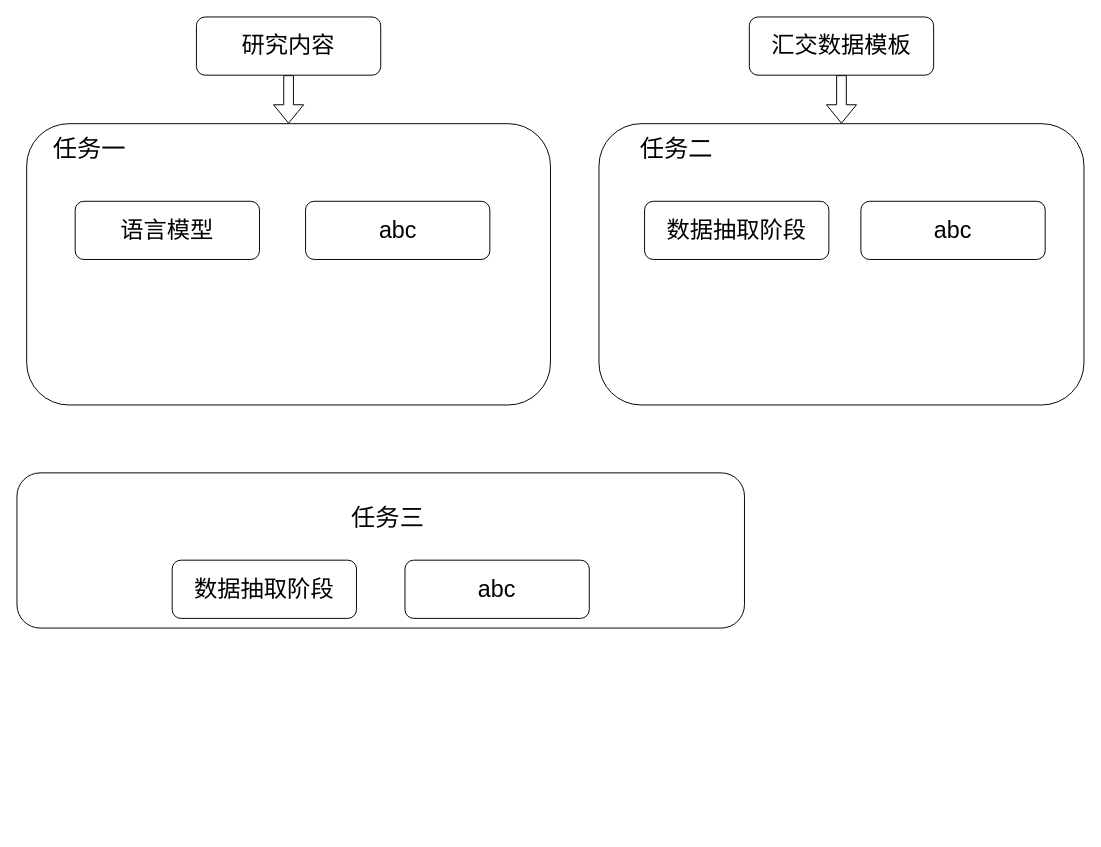
Before: data_huijiao.drawio in lengyueit/paper_pic, a draw.io diagram. Source tidied: cells renumbered, new cells numbered last; positions are measured from the earlier drawing's top-left corner, leaving out a move shared by most shapes. Both pictures are drawn from the tidied source at 97%, with x=0, y=0 at pixel (16, 16).
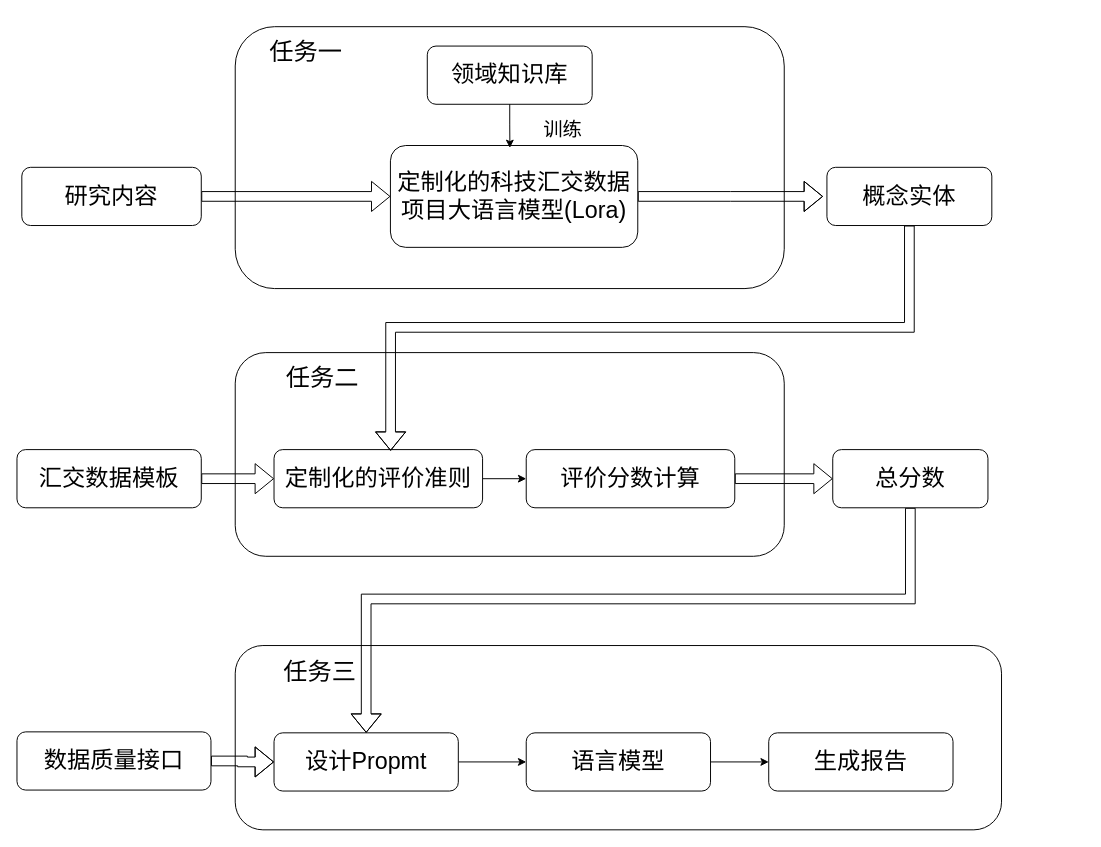
After the change.

Diff of the diagram source:
```diff
@@
     <mxCell id="2" style="rounded=1;whiteSpace=wrap;html=1;" parent="1" vertex="1">
-      <mxGeometry x="10" y="110" width="540" height="290" as="geometry" />
+      <mxGeometry x="225" y="10" width="566" height="270" as="geometry" />
     </mxCell>
+    <mxCell id="18" style="edgeStyle=orthogonalEdgeStyle;rounded=0;jettySize=auto;html=1;exitX=1;exitY=0.5;exitDx=0;exitDy=0;shape=flexArrow;" parent="1" edge="1" source="3">
+      <mxGeometry relative="1" as="geometry">
+        <mxPoint x="831" y="185" as="targetPoint" />
+      </mxGeometry>
+    </mxCell>
-    <mxCell id="3" value="&lt;p style=&quot;margin: 0pt 0pt 0.0001pt; text-align: justify;&quot; class=&quot;MsoNormal&quot;&gt;&lt;font face=&quot;等线&quot; style=&quot;font-size: 24px;&quot;&gt;语言模型&lt;/font&gt;&lt;/p&gt;" style="rounded=1;whiteSpace=wrap;html=1;" parent="1" vertex="1">
-      <mxGeometry x="60" y="190" width="190" height="60" as="geometry" />
+    <mxCell id="3" value="&lt;p style=&quot;margin: 0pt 0pt 0.0001pt;&quot; class=&quot;MsoNormal&quot;&gt;&lt;font face=&quot;等线&quot; style=&quot;font-size: 24px;&quot;&gt;定制化的科技汇交数据项目大&lt;/font&gt;&lt;span style=&quot;font-size: 24px; font-family: 等线; text-align: justify; background-color: initial;&quot;&gt;语言模型(Lora)&lt;/span&gt;&lt;/p&gt;" style="rounded=1;whiteSpace=wrap;html=1;" parent="1" vertex="1">
+      <mxGeometry x="385" y="132.5" width="255" height="105" as="geometry" />
     </mxCell>
     <mxCell id="4" value="&lt;p style=&quot;margin: 0pt 0pt 0.0001pt; text-align: justify; font-size: 25px;&quot; class=&quot;MsoNormal&quot;&gt;&lt;font face=&quot;等线&quot;&gt;任务一&lt;/font&gt;&lt;/p&gt;" style="text;html=1;align=center;verticalAlign=middle;whiteSpace=wrap;rounded=0;" parent="1" vertex="1">
-      <mxGeometry x="30" y="120" width="90" height="30" as="geometry" />
+      <mxGeometry x="252.5" y="20" width="90" height="30" as="geometry" />
     </mxCell>
-    <mxCell id="5" value="&lt;p style=&quot;margin: 0pt 0pt 0.0001pt; text-align: justify;&quot; class=&quot;MsoNormal&quot;&gt;&lt;span style=&quot;font-size: 24px;&quot;&gt;&lt;font face=&quot;Arial&quot;&gt;abc&lt;/font&gt;&lt;/span&gt;&lt;/p&gt;" style="rounded=1;whiteSpace=wrap;html=1;" parent="1" vertex="1">
-      <mxGeometry x="297.5" y="190" width="190" height="60" as="geometry" />
-    </mxCell>
     <mxCell id="6" style="rounded=1;whiteSpace=wrap;html=1;" parent="1" vertex="1">
-      <mxGeometry x="600" y="110" width="500" height="290" as="geometry" />
+      <mxGeometry x="225" y="346" width="566" height="210" as="geometry" />
     </mxCell>
+    <mxCell id="19" style="edgeStyle=orthogonalEdgeStyle;rounded=0;jettySize=auto;html=1;exitX=1;exitY=0.5;exitDx=0;exitDy=0;entryX=0;entryY=0.5;entryDx=0;entryDy=0;" parent="1" edge="1" source="7" target="26">
+      <mxGeometry relative="1" as="geometry" />
+    </mxCell>
-    <mxCell id="7" value="&lt;p style=&quot;margin: 0pt 0pt 0.0001pt; text-align: justify;&quot; class=&quot;MsoNormal&quot;&gt;&lt;font face=&quot;等线&quot; style=&quot;font-size: 24px;&quot;&gt;数据抽取阶段&lt;/font&gt;&lt;/p&gt;" style="rounded=1;whiteSpace=wrap;html=1;" parent="1" vertex="1">
-      <mxGeometry x="647" y="190" width="190" height="60" as="geometry" />
+    <mxCell id="7" value="&lt;p style=&quot;margin: 0pt 0pt 0.0001pt; text-align: justify;&quot; class=&quot;MsoNormal&quot;&gt;&lt;font face=&quot;等线&quot; style=&quot;font-size: 24px;&quot;&gt;定制化的评价准则&lt;/font&gt;&lt;/p&gt;" style="rounded=1;whiteSpace=wrap;html=1;" parent="1" vertex="1">
+      <mxGeometry x="265" y="446" width="215" height="60" as="geometry" />
     </mxCell>
     <mxCell id="8" value="&lt;p style=&quot;margin: 0pt 0pt 0.0001pt; text-align: justify; font-size: 25px;&quot; class=&quot;MsoNormal&quot;&gt;&lt;font face=&quot;等线&quot;&gt;任务二&lt;/font&gt;&lt;/p&gt;" style="text;html=1;align=center;verticalAlign=middle;whiteSpace=wrap;rounded=0;" parent="1" vertex="1">
-      <mxGeometry x="620" y="120" width="120" height="30" as="geometry" />
+      <mxGeometry x="255" y="356" width="120" height="30" as="geometry" />
     </mxCell>
-    <mxCell id="9" value="&lt;p style=&quot;margin: 0pt 0pt 0.0001pt; text-align: justify;&quot; class=&quot;MsoNormal&quot;&gt;&lt;span style=&quot;font-size: 24px;&quot;&gt;&lt;font face=&quot;Arial&quot;&gt;abc&lt;/font&gt;&lt;/span&gt;&lt;/p&gt;" style="rounded=1;whiteSpace=wrap;html=1;" parent="1" vertex="1">
-      <mxGeometry x="870" y="190" width="190" height="60" as="geometry" />
-    </mxCell>
     <mxCell id="10" style="rounded=1;whiteSpace=wrap;html=1;" parent="1" vertex="1">
-      <mxGeometry y="470" width="750" height="160" as="geometry" />
+      <mxGeometry x="225" y="648" width="790" height="190" as="geometry" />
     </mxCell>
+    <mxCell id="20" style="edgeStyle=orthogonalEdgeStyle;rounded=0;jettySize=auto;html=1;exitX=1;exitY=0.5;exitDx=0;exitDy=0;entryX=0;entryY=0.5;entryDx=0;entryDy=0;" parent="1" edge="1" source="11" target="13">
+      <mxGeometry relative="1" as="geometry" />
+    </mxCell>
-    <mxCell id="11" value="&lt;p style=&quot;margin: 0pt 0pt 0.0001pt; text-align: justify;&quot; class=&quot;MsoNormal&quot;&gt;&lt;font face=&quot;等线&quot; style=&quot;font-size: 24px;&quot;&gt;数据抽取阶段&lt;/font&gt;&lt;/p&gt;" style="rounded=1;whiteSpace=wrap;html=1;" parent="1" vertex="1">
-      <mxGeometry x="160" y="560" width="190" height="60" as="geometry" />
+    <mxCell id="11" value="&lt;p style=&quot;margin: 0pt 0pt 0.0001pt; text-align: justify;&quot; class=&quot;MsoNormal&quot;&gt;&lt;font face=&quot;等线&quot; style=&quot;font-size: 24px;&quot;&gt;设计Propmt&lt;/font&gt;&lt;/p&gt;" style="rounded=1;whiteSpace=wrap;html=1;" parent="1" vertex="1">
+      <mxGeometry x="265" y="738" width="190" height="60" as="geometry" />
     </mxCell>
     <mxCell id="12" value="&lt;p style=&quot;margin: 0pt 0pt 0.0001pt; text-align: justify; font-size: 25px;&quot; class=&quot;MsoNormal&quot;&gt;&lt;font face=&quot;等线&quot;&gt;任务三&lt;/font&gt;&lt;/p&gt;" style="text;html=1;align=center;verticalAlign=middle;whiteSpace=wrap;rounded=0;" parent="1" vertex="1">
-      <mxGeometry x="100" y="500" width="565" height="30" as="geometry" />
+      <mxGeometry x="240" y="659" width="145" height="30" as="geometry" />
     </mxCell>
+    <mxCell id="21" style="edgeStyle=orthogonalEdgeStyle;rounded=0;jettySize=auto;html=1;exitX=1;exitY=0.5;exitDx=0;exitDy=0;entryX=0;entryY=0.5;entryDx=0;entryDy=0;" parent="1" edge="1" source="13" target="31">
+      <mxGeometry relative="1" as="geometry" />
+    </mxCell>
-    <mxCell id="13" value="&lt;p style=&quot;margin: 0pt 0pt 0.0001pt; text-align: justify;&quot; class=&quot;MsoNormal&quot;&gt;&lt;span style=&quot;font-size: 24px;&quot;&gt;&lt;font face=&quot;Arial&quot;&gt;abc&lt;/font&gt;&lt;/span&gt;&lt;/p&gt;" style="rounded=1;whiteSpace=wrap;html=1;" parent="1" vertex="1">
-      <mxGeometry x="400" y="560" width="190" height="60" as="geometry" />
+    <mxCell id="13" value="&lt;p style=&quot;margin: 0pt 0pt 0.0001pt; text-align: justify;&quot; class=&quot;MsoNormal&quot;&gt;&lt;span style=&quot;font-size: 24px;&quot;&gt;&lt;font face=&quot;Arial&quot;&gt;语言模型&lt;/font&gt;&lt;/span&gt;&lt;/p&gt;" style="rounded=1;whiteSpace=wrap;html=1;" parent="1" vertex="1">
+      <mxGeometry x="525" y="738" width="190" height="60" as="geometry" />
     </mxCell>
-    <mxCell id="14" style="edgeStyle=orthogonalEdgeStyle;rounded=0;jettySize=auto;html=1;exitX=0.5;exitY=1;exitDx=0;exitDy=0;entryX=0.5;entryY=0;entryDx=0;entryDy=0;shape=flexArrow;" parent="1" edge="1" source="15" target="2">
-      <mxGeometry relative="1" as="geometry" />
-    </mxCell>
+    <mxCell id="22" style="edgeStyle=orthogonalEdgeStyle;rounded=0;jettySize=auto;html=1;exitX=1;exitY=0.5;exitDx=0;exitDy=0;entryX=0;entryY=0.5;entryDx=0;entryDy=0;shape=flexArrow;" parent="1" edge="1" source="15" target="3">
+      <mxGeometry relative="1" as="geometry" />
+    </mxCell>
     <mxCell id="15" value="&lt;font style=&quot;font-size: 24px;&quot; face=&quot;等线&quot;&gt;研究内容&lt;/font&gt;" style="rounded=1;whiteSpace=wrap;html=1;" parent="1" vertex="1">
-      <mxGeometry x="185" width="190" height="60" as="geometry" />
+      <mxGeometry x="5" y="155" width="185" height="60" as="geometry" />
     </mxCell>
-    <mxCell id="16" style="edgeStyle=orthogonalEdgeStyle;rounded=0;jettySize=auto;html=1;exitX=0.5;exitY=1;exitDx=0;exitDy=0;entryX=0.5;entryY=0;entryDx=0;entryDy=0;shape=flexArrow;" parent="1" edge="1" source="17" target="6">
-      <mxGeometry relative="1" as="geometry" />
-    </mxCell>
+    <mxCell id="23" style="edgeStyle=orthogonalEdgeStyle;rounded=0;jettySize=auto;html=1;exitX=1;exitY=0.5;exitDx=0;exitDy=0;entryX=0;entryY=0.5;entryDx=0;entryDy=0;shape=flexArrow;" parent="1" edge="1" source="17" target="7">
+      <mxGeometry relative="1" as="geometry" />
+    </mxCell>
     <mxCell id="17" value="&lt;font style=&quot;font-size: 24px;&quot; face=&quot;等线&quot;&gt;汇交数据模板&lt;/font&gt;" style="rounded=1;whiteSpace=wrap;html=1;" parent="1" vertex="1">
-      <mxGeometry x="755" width="190" height="60" as="geometry" />
+      <mxGeometry y="446" width="190" height="60" as="geometry" />
     </mxCell>
+    <mxCell id="24" value="&lt;p style=&quot;margin: 0pt 0pt 0.0001pt; text-align: justify;&quot; class=&quot;MsoNormal&quot;&gt;&lt;font face=&quot;等线&quot; style=&quot;font-size: 24px;&quot;&gt;概念实体&lt;/font&gt;&lt;/p&gt;" style="rounded=1;whiteSpace=wrap;html=1;" parent="1" vertex="1">
+      <mxGeometry x="835" y="155" width="170" height="60" as="geometry" />
+    </mxCell>
+    <mxCell id="25" style="edgeStyle=orthogonalEdgeStyle;rounded=0;jettySize=auto;html=1;exitX=1;exitY=0.5;exitDx=0;exitDy=0;entryX=0;entryY=0.5;entryDx=0;entryDy=0;shape=flexArrow;" parent="1" edge="1" source="26" target="28">
+      <mxGeometry relative="1" as="geometry" />
+    </mxCell>
+    <mxCell id="26" value="&lt;p style=&quot;margin: 0pt 0pt 0.0001pt; text-align: justify;&quot; class=&quot;MsoNormal&quot;&gt;&lt;font face=&quot;等线&quot; style=&quot;font-size: 24px;&quot;&gt;评价分数计算&lt;/font&gt;&lt;/p&gt;" style="rounded=1;whiteSpace=wrap;html=1;" parent="1" vertex="1">
+      <mxGeometry x="525" y="446" width="215" height="60" as="geometry" />
+    </mxCell>
+    <mxCell id="27" style="edgeStyle=orthogonalEdgeStyle;rounded=0;jettySize=auto;html=1;exitX=0.5;exitY=1;exitDx=0;exitDy=0;entryX=0.5;entryY=0;entryDx=0;entryDy=0;shape=flexArrow;" parent="1" edge="1" source="28" target="11">
+      <mxGeometry relative="1" as="geometry">
+        <Array as="points">
+          <mxPoint x="921" y="600" />
+          <mxPoint x="360" y="600" />
+        </Array>
+      </mxGeometry>
+    </mxCell>
+    <mxCell id="28" value="&lt;p style=&quot;margin: 0pt 0pt 0.0001pt; text-align: justify;&quot; class=&quot;MsoNormal&quot;&gt;&lt;font face=&quot;等线&quot; style=&quot;font-size: 24px;&quot;&gt;总分数&lt;/font&gt;&lt;/p&gt;" style="rounded=1;whiteSpace=wrap;html=1;" parent="1" vertex="1">
+      <mxGeometry x="841" y="446" width="160" height="60" as="geometry" />
+    </mxCell>
+    <mxCell id="29" style="edgeStyle=orthogonalEdgeStyle;rounded=0;jettySize=auto;html=1;exitX=1;exitY=0.5;exitDx=0;exitDy=0;entryX=0;entryY=0.5;entryDx=0;entryDy=0;shape=flexArrow;" parent="1" edge="1" source="30" target="11">
+      <mxGeometry relative="1" as="geometry" />
+    </mxCell>
+    <mxCell id="30" value="&lt;p class=&quot;MsoNormal&quot;&gt;&lt;font style=&quot;font-size: 24px;&quot; face=&quot;等线&quot;&gt;数据质量接口&lt;/font&gt;&lt;/p&gt;" style="rounded=1;whiteSpace=wrap;html=1;" parent="1" vertex="1">
+      <mxGeometry y="737" width="200" height="60" as="geometry" />
+    </mxCell>
+    <mxCell id="31" value="&lt;p style=&quot;margin: 0pt 0pt 0.0001pt; text-align: justify;&quot; class=&quot;MsoNormal&quot;&gt;&lt;font face=&quot;Arial&quot;&gt;&lt;span style=&quot;font-size: 24px;&quot;&gt;生成报告&lt;/span&gt;&lt;/font&gt;&lt;/p&gt;" style="rounded=1;whiteSpace=wrap;html=1;" parent="1" vertex="1">
+      <mxGeometry x="775" y="738" width="190" height="60" as="geometry" />
+    </mxCell>
+    <mxCell id="32" style="edgeStyle=orthogonalEdgeStyle;rounded=0;jettySize=auto;html=1;exitX=0.5;exitY=1;exitDx=0;exitDy=0;entryX=0.559;entryY=0.021;entryDx=0;entryDy=0;entryPerimeter=0;shape=flexArrow;" parent="1" edge="1" source="24" target="7">
+      <mxGeometry relative="1" as="geometry">
+        <Array as="points">
+          <mxPoint x="920" y="320" />
+          <mxPoint x="385" y="320" />
+        </Array>
+      </mxGeometry>
+    </mxCell>
+    <mxCell id="33" value="&lt;p style=&quot;margin: 0pt 0pt 0.0001pt; text-align: justify;&quot; class=&quot;MsoNormal&quot;&gt;&lt;font face=&quot;等线&quot; style=&quot;font-size: 24px;&quot;&gt;领域知识库&lt;/font&gt;&lt;/p&gt;" style="rounded=1;whiteSpace=wrap;html=1;" parent="1" vertex="1">
+      <mxGeometry x="423" y="30" width="170" height="60" as="geometry" />
+    </mxCell>
+    <mxCell id="34" style="edgeStyle=orthogonalEdgeStyle;rounded=0;jettySize=auto;html=1;exitX=0.5;exitY=1;exitDx=0;exitDy=0;entryX=0.483;entryY=0.024;entryDx=0;entryDy=0;entryPerimeter=0;" parent="1" edge="1" source="33" target="3">
+      <mxGeometry relative="1" as="geometry" />
+    </mxCell>
+    <mxCell id="35" value="&lt;font face=&quot;Arial&quot;&gt;&lt;span style=&quot;font-size: 20px;&quot;&gt;训练&lt;/span&gt;&lt;/font&gt;" style="text;html=1;align=center;verticalAlign=middle;whiteSpace=wrap;rounded=0;" parent="1" vertex="1">
+      <mxGeometry x="533" y="100" width="60" height="30" as="geometry" />
+    </mxCell>
```
